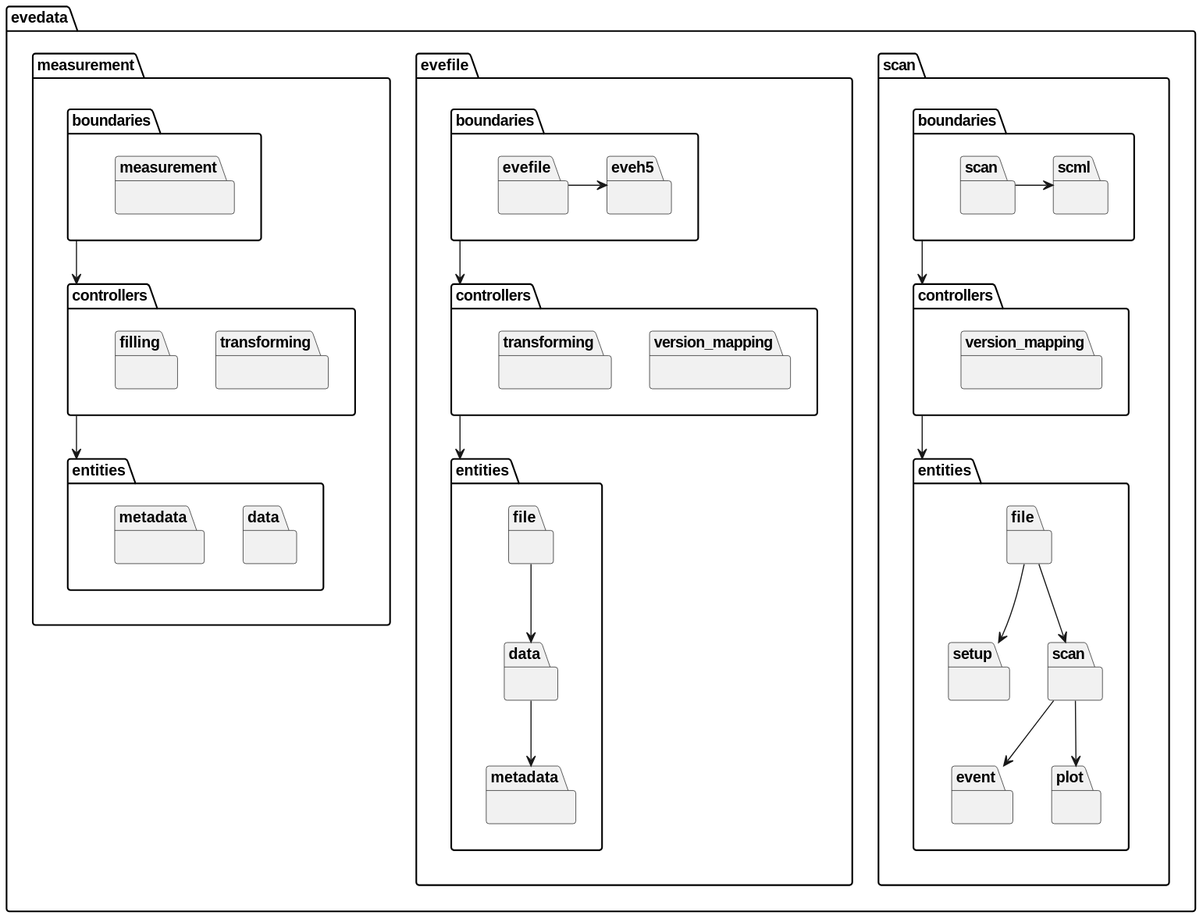
This is docs/uml/evedata-functional-layers.svg from tillbiskup/evedata, a PlantUML export, as it was before one commit.
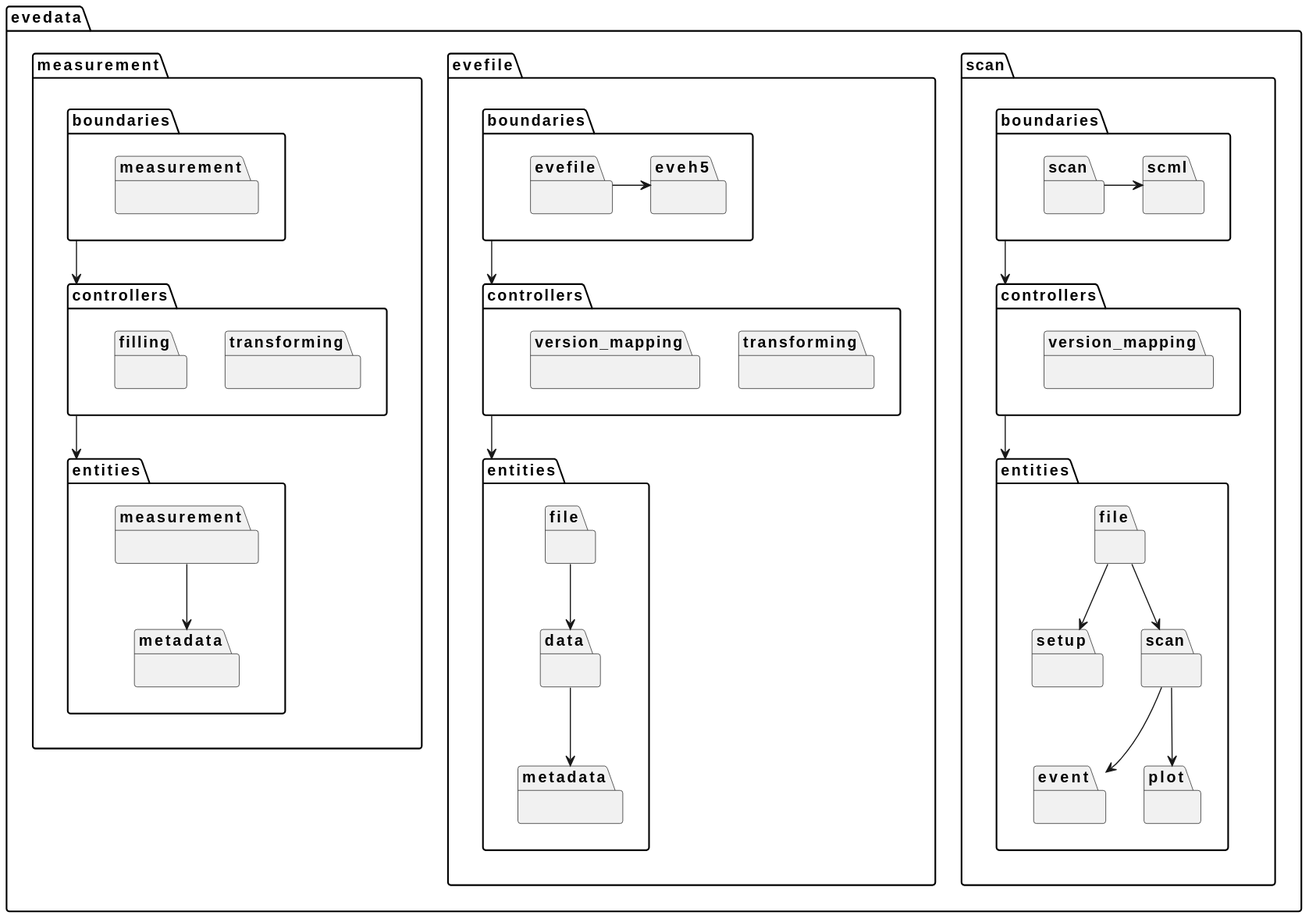
Later version of the same file.

What changed in the source:
```diff
@@ -38,8 +38,8 @@
             evefile -> eveh5
         }
         package evedata.evefile.controllers {
+            package transforming {}
             package version_mapping {}
-            package transforming {}
         }
         package evedata.evefile.entities {
             package evedata.evefile.entities.file {
@@ -65,8 +65,9 @@
             package filling {}
         }
         package evedata.measurement.entities {
-            package data {}
+            package measurement {}
             package metadata {}
+            measurement -down-> metadata
         }
 
         evedata.measurement.boundaries --> evedata.measurement.controllers
```
